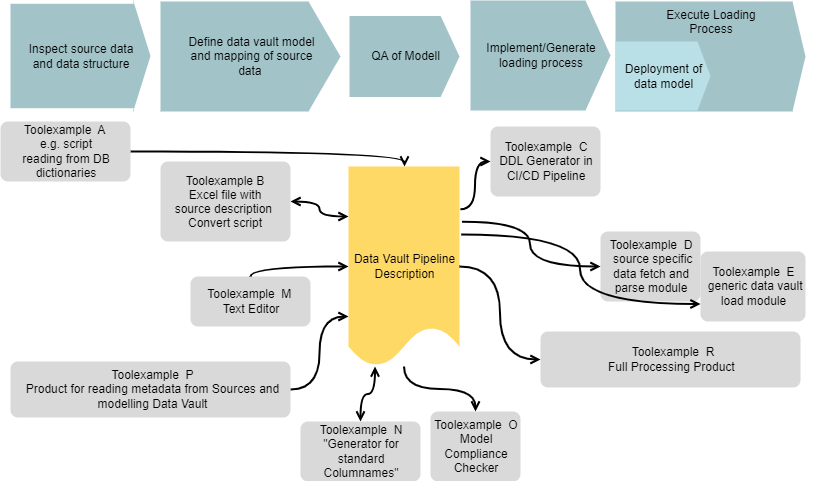
Earlier version of the draw.io export documentation/images/dvpd_basic_idea.drawio.png (cimt-ag/data_vault_pipelinedescription). Source tidied: cells renumbered, new cells last; positions are measured from the earlier drawing's top-left corner, leaving out a move shared by most shapes.
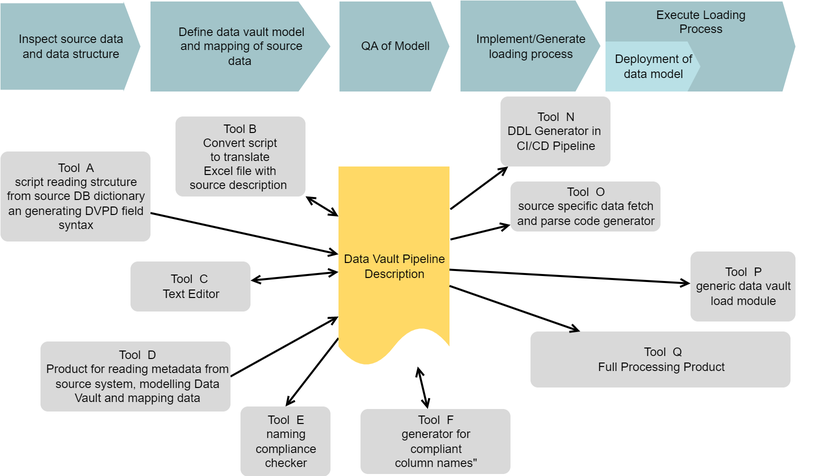
The same diagram one commit later.

Commit message:
Update of basic idea diagram

What changed in the source:
```diff
@@ -3,88 +3,84 @@
     <mxCell id="0" />
     <mxCell id="1" value="Layer 0" parent="0" />
     <mxCell id="2" value="&lt;div style=&quot;width: 121.8px;height:auto;word-break: break-word;&quot;&gt;&lt;div align=&quot;center&quot;&gt;&lt;font face=&quot;Arial&quot;&gt;Execute Loading Process&lt;/font&gt;&lt;/div&gt;&lt;/div&gt;" style="shape=mxgraph.arrows2.arrow;dy=0;dx=13;notch=0;shadow=0;strokeWidth=0;strokeColor=none;fillColor=#a2c4c9;opacity=100.0;html=1;nl2Br=0;verticalAlign=top;align=center;spacingLeft=2.6;spacingRight=0;whiteSpace=wrap;gliffyId=6;" parent="1" vertex="1">
-      <mxGeometry x="615" y="1" width="190" height="110" as="geometry" />
+      <mxGeometry x="615" y="1" width="190" height="90" as="geometry" />
     </mxCell>
-    <mxCell id="3" style="edgeStyle=orthogonalEdgeStyle;shape=filledEdge;curved=1;rounded=0;jettySize=auto;html=1;entryX=0.5;entryY=0;entryDx=0;entryDy=0;labelBackgroundColor=default;strokeColor=#000000;strokeWidth=2;fontFamily=Helvetica;fontSize=11;fontColor=default;startArrow=none;startFill=0;endArrow=open;endFill=0;startSize=6;endSize=6;fillColor=none;" parent="1" edge="1" source="4" target="25">
+    <mxCell id="3" style="shape=filledEdge;rounded=0;jettySize=auto;html=1;entryX=0.5;entryY=0;entryDx=0;entryDy=0;labelBackgroundColor=default;strokeColor=#000000;strokeWidth=2;fontFamily=Helvetica;fontSize=11;fontColor=default;startArrow=none;startFill=0;endArrow=open;endFill=0;startSize=6;endSize=6;fillColor=none;" parent="1" edge="1" source="4" target="25">
       <mxGeometry relative="1" as="geometry" />
     </mxCell>
     <mxCell id="4" value="Data Vault&#10;Pipeline Description" style="shape=document;size=0.2;shadow=0;strokeWidth=0;strokeColor=none;fillColor=#ffd966;opacity=100.0;nl2Br=0;verticalAlign=middle;align=center;spacingLeft=2.6;spacingRight=0;whiteSpace=wrap;gliffyId=0;" parent="1" vertex="1">
       <mxGeometry x="348" y="166" width="111" height="200" as="geometry" />
     </mxCell>
     <mxCell id="5" value="&lt;div style=&quot;width: 141.0px;height:auto;word-break: break-word;&quot;&gt;&lt;div align=&quot;center&quot;&gt;&lt;font face=&quot;Arial&quot;&gt;Define data vault model and mapping of source data&amp;nbsp;&lt;/font&gt;&lt;/div&gt;&lt;/div&gt;" style="shape=mxgraph.arrows2.arrow;dy=0;dx=32;notch=0;shadow=0;strokeWidth=0;strokeColor=none;fillColor=#a2c4c9;opacity=100.0;html=1;nl2Br=0;verticalAlign=middle;align=center;spacingLeft=3.0;spacingRight=0;whiteSpace=wrap;gliffyId=2;" parent="1" vertex="1">
-      <mxGeometry x="160" y="1" width="180" height="110" as="geometry" />
+      <mxGeometry x="160" y="1" width="180" height="90" as="geometry" />
     </mxCell>
     <mxCell id="6" value="&lt;div style=&quot;width: 121.8px;height:auto;word-break: break-word;&quot;&gt;&lt;div align=&quot;center&quot;&gt;Inspect source data and data structure&lt;/div&gt;&lt;/div&gt;" style="shape=mxgraph.arrows2.arrow;dy=0.04;dx=17;notch=0;shadow=0;strokeWidth=0;strokeColor=none;fillColor=#a2c4c9;opacity=100.0;html=1;nl2Br=0;verticalAlign=middle;align=center;spacingLeft=2.6;spacingRight=0;whiteSpace=wrap;gliffyId=4;" parent="1" vertex="1">
-      <mxGeometry x="10" y="1" width="140" height="109" as="geometry" />
+      <mxGeometry x="10" y="1" width="140" height="90" as="geometry" />
     </mxCell>
     <mxCell id="7" value="Deployment of data model" style="shape=mxgraph.arrows2.arrow;dy=0;dx=13;notch=0;shadow=0;strokeWidth=0;strokeColor=none;fillColor=#B9E0E6;opacity=100.0;nl2Br=0;verticalAlign=middle;align=center;spacingLeft=2.6;spacingRight=0;whiteSpace=wrap;gliffyId=6;" parent="1" vertex="1">
-      <mxGeometry x="615" y="41" width="95" height="69" as="geometry" />
+      <mxGeometry x="615" y="41" width="95" height="50" as="geometry" />
     </mxCell>
     <mxCell id="8" value="&lt;div style=&quot;width: 131.4px;height:auto;word-break: break-word;&quot;&gt;&lt;div align=&quot;center&quot;&gt;&lt;font face=&quot;Arial&quot;&gt;Implement/Generate&lt;/font&gt;&lt;/div&gt;&lt;div align=&quot;center&quot;&gt;&lt;font face=&quot;Arial&quot;&gt;loading process&lt;/font&gt;&lt;/div&gt;&lt;/div&gt;" style="shape=mxgraph.arrows2.arrow;dy=0;dx=25;notch=0;shadow=0;strokeWidth=0;strokeColor=none;fillColor=#a2c4c9;opacity=100.0;html=1;nl2Br=0;verticalAlign=middle;align=center;spacingLeft=2.8;spacingRight=0;whiteSpace=wrap;gliffyId=8;" parent="1" vertex="1">
-      <mxGeometry x="470" width="140" height="110" as="geometry" />
+      <mxGeometry x="470" width="140" height="91" as="geometry" />
     </mxCell>
-    <mxCell id="9" style="shape=filledEdge;strokeWidth=2;strokeColor=#000000;fillColor=none;startArrow=none;startFill=0;startSize=6;endArrow=open;endFill=0;endSize=6;rounded=0;curved=1;edgeStyle=orthogonalEdgeStyle;gliffyId=20;edgeStyle=orthogonalEdgeStyle;" parent="1" edge="1" source="15" target="4">
-      <mxGeometry relative="1" as="geometry">
-        <Array as="points">
-          <mxPoint x="404" y="151" />
-        </Array>
-      </mxGeometry>
+    <mxCell id="9" style="shape=filledEdge;strokeWidth=2;strokeColor=#000000;fillColor=none;startArrow=none;startFill=0;startSize=6;endArrow=open;endFill=0;endSize=6;rounded=0;gliffyId=20;" parent="1" edge="1" source="15" target="4">
+      <mxGeometry relative="1" as="geometry" />
     </mxCell>
-    <mxCell id="10" style="shape=filledEdge;strokeWidth=2;strokeColor=#000000;fillColor=none;startArrow=open;startFill=0;startSize=6;endArrow=open;endFill=0;endSize=6;edgeStyle=orthogonalEdgeStyle;gliffyId=23;edgeStyle=orthogonalEdgeStyle;entryX=0;entryY=0.25;entryDx=0;entryDy=0;curved=1;" parent="1" edge="1" source="14" target="4">
+    <mxCell id="10" style="shape=filledEdge;strokeWidth=2;strokeColor=#000000;fillColor=none;startArrow=open;startFill=0;startSize=6;endArrow=open;endFill=0;endSize=6;gliffyId=23;entryX=0;entryY=0.25;entryDx=0;entryDy=0;" parent="1" edge="1" source="14" target="4">
       <mxGeometry relative="1" as="geometry" />
     </mxCell>
-    <mxCell id="11" style="shape=filledEdge;strokeWidth=2;strokeColor=#000000;fillColor=none;startArrow=none;startFill=0;startSize=6;endArrow=open;endFill=0;endSize=6;rounded=0;curved=1;edgeStyle=orthogonalEdgeStyle;gliffyId=24;edgeStyle=orthogonalEdgeStyle;exitX=1;exitY=0.5;exitDx=0;exitDy=0;entryX=0;entryY=0.75;entryDx=0;entryDy=0;" parent="1" edge="1" source="13" target="4">
+    <mxCell id="11" style="shape=filledEdge;strokeWidth=2;strokeColor=#000000;fillColor=none;startArrow=none;startFill=0;startSize=6;endArrow=open;endFill=0;endSize=6;rounded=0;gliffyId=24;exitX=1;exitY=0.5;exitDx=0;exitDy=0;entryX=0;entryY=0.75;entryDx=0;entryDy=0;" parent="1" edge="1" source="13" target="4">
       <mxGeometry relative="1" as="geometry" />
     </mxCell>
-    <mxCell id="12" value="&lt;div style=&quot;width: 304.2px;height:auto;word-break: break-word;&quot;&gt;&lt;div align=&quot;center&quot;&gt;&lt;span style=&quot;font-family: Arial; font-size: 12px; text-decoration: none; line-height: 14px;&quot;&gt;Toolexample&amp;nbsp;&lt;span style=&quot;background-color: initial;&quot;&gt;&amp;nbsp;&lt;/span&gt;R&lt;/span&gt;&lt;/div&gt;&lt;div align=&quot;center&quot;&gt;&lt;font face=&quot;Arial&quot;&gt;Full Processing Product&amp;nbsp;&lt;/font&gt;&lt;/div&gt;&lt;/div&gt;" style="shape=rect;rounded=1;arcSize=15;absoluteArcSize=1;shadow=0;strokeWidth=0;strokeColor=none;fillColor=#d9d9d9;opacity=100.0;html=1;nl2Br=0;verticalAlign=middle;align=center;spacingLeft=6.4;spacingRight=0;whiteSpace=wrap;gliffyId=14;" parent="1" vertex="1">
+    <mxCell id="12" value="&lt;div style=&quot;width: 304.2px;height:auto;word-break: break-word;&quot;&gt;&lt;div align=&quot;center&quot;&gt;&lt;span style=&quot;font-family: Arial; font-size: 12px; text-decoration: none; line-height: 14px;&quot;&gt;Tool&amp;nbsp;&lt;span style=&quot;background-color: initial;&quot;&gt;&amp;nbsp;&lt;/span&gt;Q&lt;/span&gt;&lt;/div&gt;&lt;div align=&quot;center&quot;&gt;&lt;font face=&quot;Arial&quot;&gt;Full Processing Product&amp;nbsp;&lt;/font&gt;&lt;/div&gt;&lt;/div&gt;" style="shape=rect;rounded=1;arcSize=15;absoluteArcSize=1;shadow=0;strokeWidth=0;strokeColor=none;fillColor=#d9d9d9;opacity=100.0;html=1;nl2Br=0;verticalAlign=middle;align=center;spacingLeft=6.4;spacingRight=0;whiteSpace=wrap;gliffyId=14;" parent="1" vertex="1">
       <mxGeometry x="540" y="331" width="260" height="56" as="geometry" />
     </mxCell>
-    <mxCell id="13" value="&lt;div style=&quot;width: 265.8px;height:auto;word-break: break-word;&quot;&gt;&lt;div align=&quot;center&quot;&gt;&lt;span style=&quot;font-family: Arial; font-size: 12px; text-decoration: none; line-height: 0;&quot;&gt;&lt;span style=&quot;text-decoration: none; line-height: 14px;&quot;&gt;Toolexample&amp;nbsp;&lt;span style=&quot;background-color: initial;&quot;&gt;&amp;nbsp;&lt;/span&gt;P&lt;br&gt;Product for reading metadata from Sources and modelling Data Vault&lt;/span&gt;&lt;/span&gt;&lt;/div&gt;&lt;/div&gt;" style="shape=rect;rounded=1;arcSize=15;absoluteArcSize=1;shadow=0;strokeWidth=0;strokeColor=none;fillColor=#d9d9d9;opacity=100.0;html=1;nl2Br=0;verticalAlign=middle;align=center;spacingLeft=5.6;spacingRight=0;whiteSpace=wrap;gliffyId=18;" parent="1" vertex="1">
-      <mxGeometry x="10" y="361" width="280" height="56" as="geometry" />
+    <mxCell id="13" value="Tool&amp;nbsp;&amp;nbsp;D&lt;br&gt;Product for reading metadata from source system, modelling Data Vault and mapping data" style="shape=rect;rounded=1;arcSize=15;absoluteArcSize=1;shadow=0;strokeWidth=0;strokeColor=none;fillColor=#d9d9d9;opacity=100.0;nl2Br=0;verticalAlign=middle;align=center;spacingLeft=5.6;spacingRight=0;whiteSpace=wrap;gliffyId=18;html=1;" parent="1" vertex="1">
+      <mxGeometry x="50" y="341" width="190" height="70" as="geometry" />
     </mxCell>
-    <mxCell id="14" value="Toolexample B&#10;Excel file with &#10;source description &#10;Convert script" style="shape=rect;rounded=1;arcSize=15;absoluteArcSize=1;shadow=0;strokeWidth=0;strokeColor=none;fillColor=#d9d9d9;opacity=100.0;nl2Br=0;verticalAlign=middle;align=center;spacingLeft=0;spacingRight=0;gliffyId=12;spacing=0;" parent="1" vertex="1">
-      <mxGeometry x="160" y="161" width="130" height="80" as="geometry" />
+    <mxCell id="14" value="Tool B&#10;Convert script&#10;to translate&#10;Excel file with &#10;source description " style="shape=rect;rounded=1;arcSize=15;absoluteArcSize=1;shadow=0;strokeWidth=0;strokeColor=none;fillColor=#d9d9d9;opacity=100.0;nl2Br=0;verticalAlign=middle;align=center;spacingLeft=0;spacingRight=0;gliffyId=12;spacing=0;" parent="1" vertex="1">
+      <mxGeometry x="185" y="116" width="130" height="80" as="geometry" />
     </mxCell>
-    <mxCell id="15" value="&lt;div style=&quot;width: 93.0px;height:auto;word-break: break-word;&quot;&gt;&lt;div align=&quot;center&quot;&gt;&lt;span style=&quot;font-family: Arial; font-size: 12px; text-decoration: none; line-height: 0;&quot;&gt;&lt;span style=&quot;text-decoration: none; line-height: 14px;&quot; class=&quot;&quot;&gt;Toolexample&amp;nbsp; A&amp;nbsp;&lt;/span&gt;&lt;/span&gt;&lt;/div&gt;&lt;div align=&quot;center&quot;&gt;&lt;span style=&quot;font-family: Arial; font-size: 12px; text-decoration: none; line-height: 0;&quot;&gt;&lt;span style=&quot;text-decoration: none; line-height: 14px;&quot; class=&quot;&quot;&gt;e.g. script reading from DB dictionaries&lt;/span&gt;&lt;/span&gt;&lt;/div&gt;&lt;/div&gt;" style="shape=rect;rounded=1;arcSize=15;absoluteArcSize=1;shadow=0;strokeWidth=0;strokeColor=none;fillColor=#d9d9d9;opacity=100.0;html=1;nl2Br=0;verticalAlign=middle;align=center;spacingLeft=2.0;spacingRight=0;whiteSpace=wrap;gliffyId=10;" parent="1" vertex="1">
-      <mxGeometry y="121" width="130" height="60" as="geometry" />
+    <mxCell id="15" value="Tool&amp;nbsp; A&lt;br&gt;script reading strcuture from source DB dictionary an generating DVPD field syntax" style="shape=rect;rounded=1;arcSize=15;absoluteArcSize=1;shadow=0;strokeWidth=0;strokeColor=none;fillColor=#d9d9d9;opacity=100.0;nl2Br=0;verticalAlign=middle;align=center;spacingLeft=2.0;spacingRight=0;gliffyId=10;whiteSpace=wrap;html=1;" parent="1" vertex="1">
+      <mxGeometry x="10" y="151" width="150" height="90" as="geometry" />
     </mxCell>
-    <mxCell id="16" style="shape=filledEdge;strokeWidth=2;strokeColor=#000000;fillColor=none;startArrow=none;startFill=0;startSize=6;endArrow=open;endFill=0;endSize=6;rounded=0;curved=1;edgeStyle=orthogonalEdgeStyle;gliffyId=28;edgeStyle=orthogonalEdgeStyle;exitX=1.008;exitY=0.214;exitDx=0;exitDy=0;exitPerimeter=0;entryX=0;entryY=0.5;entryDx=0;entryDy=0;" parent="1" edge="1" source="4" target="17">
+    <mxCell id="16" style="shape=filledEdge;strokeWidth=2;strokeColor=#000000;fillColor=none;startArrow=none;startFill=0;startSize=6;endArrow=open;endFill=0;endSize=6;rounded=0;gliffyId=28;exitX=1.008;exitY=0.214;exitDx=0;exitDy=0;exitPerimeter=0;" parent="1" edge="1" source="4" target="17">
       <mxGeometry relative="1" as="geometry" />
     </mxCell>
-    <mxCell id="17" value="Toolexample  C&#10; DDL Generator in  CI/CD Pipeline" style="shape=rect;rounded=1;arcSize=15;absoluteArcSize=1;shadow=0;strokeWidth=0;strokeColor=none;fillColor=#d9d9d9;opacity=100.0;nl2Br=0;verticalAlign=middle;align=center;spacingLeft=2.0;spacingRight=0;whiteSpace=wrap;gliffyId=12;" parent="1" vertex="1">
-      <mxGeometry x="490" y="126" width="110" height="70" as="geometry" />
+    <mxCell id="17" value="Tool&amp;nbsp;&amp;nbsp;N&lt;br&gt;DDL Generator in&amp;nbsp; CI/CD Pipeline" style="shape=rect;rounded=1;arcSize=15;absoluteArcSize=1;shadow=0;strokeWidth=0;strokeColor=none;fillColor=#d9d9d9;opacity=100.0;nl2Br=0;verticalAlign=middle;align=center;spacingLeft=2.0;spacingRight=0;whiteSpace=wrap;gliffyId=12;html=1;" parent="1" vertex="1">
+      <mxGeometry x="510" y="96" width="110" height="70" as="geometry" />
     </mxCell>
-    <mxCell id="18" value="Toolexample  D&#10; source specific data fetch and parse module" style="shape=rect;rounded=1;arcSize=15;absoluteArcSize=1;shadow=0;strokeWidth=0;strokeColor=none;fillColor=#d9d9d9;opacity=100.0;nl2Br=0;verticalAlign=middle;align=center;spacingLeft=2.0;spacingRight=0;gliffyId=12;whiteSpace=wrap;" parent="1" vertex="1">
-      <mxGeometry x="600" y="231" width="100" height="70" as="geometry" />
+    <mxCell id="18" value="Tool&amp;nbsp;&amp;nbsp;O&lt;br&gt;source specific data fetch and parse code generator" style="shape=rect;rounded=1;arcSize=15;absoluteArcSize=1;shadow=0;strokeWidth=0;strokeColor=none;fillColor=#d9d9d9;opacity=100.0;nl2Br=0;verticalAlign=middle;align=center;spacingLeft=2.0;spacingRight=0;gliffyId=12;whiteSpace=wrap;html=1;" parent="1" vertex="1">
+      <mxGeometry x="520" y="181" width="150" height="50" as="geometry" />
     </mxCell>
-    <mxCell id="19" value="Toolexample  E&#10; generic data vault load module" style="shape=rect;rounded=1;arcSize=15;absoluteArcSize=1;shadow=0;strokeWidth=0;strokeColor=none;fillColor=#d9d9d9;opacity=100.0;nl2Br=0;verticalAlign=middle;align=center;spacingLeft=2.0;spacingRight=0;gliffyId=12;whiteSpace=wrap;" parent="1" vertex="1">
+    <mxCell id="19" value="Tool&amp;nbsp;&amp;nbsp;P&lt;br&gt;generic data vault load module" style="shape=rect;rounded=1;arcSize=15;absoluteArcSize=1;shadow=0;strokeWidth=0;strokeColor=none;fillColor=#d9d9d9;opacity=100.0;nl2Br=0;verticalAlign=middle;align=center;spacingLeft=2.0;spacingRight=0;gliffyId=12;whiteSpace=wrap;html=1;" parent="1" vertex="1">
       <mxGeometry x="700" y="251" width="105" height="70" as="geometry" />
     </mxCell>
-    <mxCell id="20" style="shape=filledEdge;strokeWidth=2;strokeColor=#000000;fillColor=none;startArrow=none;startFill=0;startSize=6;endArrow=open;endFill=0;endSize=6;rounded=0;curved=1;edgeStyle=orthogonalEdgeStyle;gliffyId=28;edgeStyle=orthogonalEdgeStyle;exitX=1.023;exitY=0.276;exitDx=0;exitDy=0;exitPerimeter=0;" parent="1" edge="1" source="4" target="18">
+    <mxCell id="20" style="shape=filledEdge;strokeWidth=2;strokeColor=#000000;fillColor=none;startArrow=none;startFill=0;startSize=6;endArrow=open;endFill=0;endSize=6;rounded=0;gliffyId=28;exitX=1.009;exitY=0.365;exitDx=0;exitDy=0;exitPerimeter=0;" parent="1" edge="1" source="4" target="18">
       <mxGeometry relative="1" as="geometry" />
     </mxCell>
-    <mxCell id="21" style="shape=filledEdge;strokeWidth=2;strokeColor=#000000;fillColor=none;startArrow=none;startFill=0;startSize=6;endArrow=open;endFill=0;endSize=6;rounded=0;curved=1;edgeStyle=orthogonalEdgeStyle;gliffyId=28;edgeStyle=orthogonalEdgeStyle;exitX=1.015;exitY=0.34;exitDx=0;exitDy=0;exitPerimeter=0;entryX=0;entryY=0.75;entryDx=0;entryDy=0;" parent="1" edge="1" source="4" target="19">
+    <mxCell id="21" style="shape=filledEdge;strokeWidth=2;strokeColor=#000000;fillColor=none;startArrow=none;startFill=0;startSize=6;endArrow=open;endFill=0;endSize=6;rounded=0;gliffyId=28;" parent="1" edge="1" source="4" target="19">
       <mxGeometry relative="1" as="geometry" />
     </mxCell>
     <mxCell id="22" value="&lt;div style=&quot;width: 141.0px;height:auto;word-break: break-word;&quot;&gt;&lt;div align=&quot;center&quot;&gt;&lt;font face=&quot;Arial&quot;&gt;QA of Modell&lt;/font&gt;&lt;/div&gt;&lt;/div&gt;" style="shape=mxgraph.arrows2.arrow;dy=0;dx=18.83;notch=0;shadow=0;strokeWidth=0;strokeColor=none;fillColor=#a2c4c9;opacity=100.0;html=1;nl2Br=0;verticalAlign=middle;align=center;spacingLeft=3.0;spacingRight=0;whiteSpace=wrap;gliffyId=2;" parent="1" vertex="1">
-      <mxGeometry x="349" y="15.5" width="110" height="81" as="geometry" />
+      <mxGeometry x="349" y="1" width="110" height="90" as="geometry" />
     </mxCell>
-    <mxCell id="23" value="&lt;div style=&quot;width: 93.0px;height:auto;word-break: break-word;&quot;&gt;&lt;div align=&quot;center&quot;&gt;Toolexample&amp;nbsp;&lt;span style=&quot;font-family: Arial; background-color: initial;&quot;&gt;&amp;nbsp;M&amp;nbsp;&lt;/span&gt;&lt;/div&gt;&lt;div align=&quot;center&quot;&gt;&lt;font face=&quot;Arial&quot;&gt;Text Editor&lt;/font&gt;&lt;/div&gt;&lt;/div&gt;" style="shape=rect;rounded=1;arcSize=15;absoluteArcSize=1;shadow=0;strokeWidth=0;strokeColor=none;fillColor=#d9d9d9;opacity=100.0;html=1;nl2Br=0;verticalAlign=middle;align=center;spacingLeft=2.0;spacingRight=0;whiteSpace=wrap;gliffyId=12;" parent="1" vertex="1">
-      <mxGeometry x="190" y="276" width="120" height="50" as="geometry" />
+    <mxCell id="23" value="&lt;div style=&quot;width: 93.0px;height:auto;word-break: break-word;&quot;&gt;&lt;div align=&quot;center&quot;&gt;Tool&amp;nbsp;&lt;span style=&quot;font-family: Arial; background-color: initial;&quot;&gt;&amp;nbsp;C&amp;nbsp;&lt;/span&gt;&lt;/div&gt;&lt;div align=&quot;center&quot;&gt;&lt;font face=&quot;Arial&quot;&gt;Text Editor&lt;/font&gt;&lt;/div&gt;&lt;/div&gt;" style="shape=rect;rounded=1;arcSize=15;absoluteArcSize=1;shadow=0;strokeWidth=0;strokeColor=none;fillColor=#d9d9d9;opacity=100.0;html=1;nl2Br=0;verticalAlign=middle;align=center;spacingLeft=2.0;spacingRight=0;whiteSpace=wrap;gliffyId=12;" parent="1" vertex="1">
+      <mxGeometry x="140" y="261" width="120" height="50" as="geometry" />
     </mxCell>
-    <mxCell id="24" style="shape=filledEdge;strokeWidth=2;strokeColor=#000000;fillColor=none;startArrow=none;startFill=0;startSize=6;endArrow=open;endFill=0;endSize=6;edgeStyle=orthogonalEdgeStyle;gliffyId=23;edgeStyle=orthogonalEdgeStyle;curved=1;exitX=0.5;exitY=0;exitDx=0;exitDy=0;" parent="1" edge="1" source="23" target="4">
+    <mxCell id="24" style="shape=filledEdge;strokeWidth=2;strokeColor=#000000;fillColor=none;startArrow=open;startFill=0;startSize=6;endArrow=open;endFill=0;endSize=6;gliffyId=23;" parent="1" edge="1" source="23" target="4">
       <mxGeometry relative="1" as="geometry" />
     </mxCell>
-    <mxCell id="25" value="Toolexample  O&#10;Model Compliance Checker" style="shape=rect;rounded=1;arcSize=15;absoluteArcSize=1;shadow=0;strokeWidth=0;strokeColor=none;fillColor=#d9d9d9;opacity=100.0;nl2Br=0;verticalAlign=middle;align=center;spacingLeft=2.0;spacingRight=0;whiteSpace=wrap;gliffyId=12;" parent="1" vertex="1">
-      <mxGeometry x="430" y="411" width="90" height="70" as="geometry" />
+    <mxCell id="25" value="Tool&amp;nbsp;&amp;nbsp;E&lt;br&gt;naming&lt;br&gt;compliance checker" style="shape=rect;rounded=1;arcSize=15;absoluteArcSize=1;shadow=0;strokeWidth=0;strokeColor=none;fillColor=#d9d9d9;opacity=100.0;nl2Br=0;verticalAlign=middle;align=center;spacingLeft=2.0;spacingRight=0;whiteSpace=wrap;gliffyId=12;html=1;" parent="1" vertex="1">
+      <mxGeometry x="250" y="406" width="90" height="70" as="geometry" />
     </mxCell>
-    <mxCell id="26" style="shape=filledEdge;strokeWidth=2;strokeColor=#000000;fillColor=none;startArrow=none;startFill=0;startSize=6;endArrow=open;endFill=0;endSize=6;rounded=0;curved=1;edgeStyle=orthogonalEdgeStyle;gliffyId=28;edgeStyle=orthogonalEdgeStyle;" parent="1" edge="1" source="4" target="12">
+    <mxCell id="26" style="shape=filledEdge;strokeWidth=2;strokeColor=#000000;fillColor=none;startArrow=none;startFill=0;startSize=6;endArrow=open;endFill=0;endSize=6;rounded=0;gliffyId=28;" parent="1" edge="1" source="4" target="12">
       <mxGeometry relative="1" as="geometry" />
     </mxCell>
-    <mxCell id="27" value="&lt;div style=&quot;width: 93.0px;height:auto;word-break: break-word;&quot;&gt;&lt;div align=&quot;center&quot;&gt;Toolexample&amp;nbsp;&lt;span style=&quot;font-family: Arial; background-color: initial;&quot;&gt;&amp;nbsp;&lt;/span&gt;&lt;font face=&quot;Arial&quot;&gt;N&lt;/font&gt;&lt;/div&gt;&lt;div align=&quot;center&quot;&gt;&lt;font face=&quot;Arial&quot;&gt;&quot;Generator for standard Columnames&quot;&lt;/font&gt;&lt;/div&gt;&lt;/div&gt;" style="shape=rect;rounded=1;arcSize=15;absoluteArcSize=1;shadow=0;strokeWidth=0;strokeColor=none;fillColor=#d9d9d9;opacity=100.0;html=1;nl2Br=0;verticalAlign=middle;align=center;spacingLeft=2.0;spacingRight=0;whiteSpace=wrap;gliffyId=12;" parent="1" vertex="1">
-      <mxGeometry x="300" y="421" width="120" height="60" as="geometry" />
+    <mxCell id="27" value="&lt;div style=&quot;width: 93.0px;height:auto;word-break: break-word;&quot;&gt;&lt;div align=&quot;center&quot;&gt;Tool&amp;nbsp;&lt;span style=&quot;font-family: Arial; background-color: initial;&quot;&gt;&amp;nbsp;&lt;/span&gt;&lt;font face=&quot;Arial&quot;&gt;F&lt;/font&gt;&lt;/div&gt;&lt;div align=&quot;center&quot;&gt;&lt;font face=&quot;Arial&quot;&gt;generator for compliant column names&quot;&lt;/font&gt;&lt;/div&gt;&lt;/div&gt;" style="shape=rect;rounded=1;arcSize=15;absoluteArcSize=1;shadow=0;strokeWidth=0;strokeColor=none;fillColor=#d9d9d9;opacity=100.0;html=1;nl2Br=0;verticalAlign=middle;align=center;spacingLeft=2.0;spacingRight=0;whiteSpace=wrap;gliffyId=12;" parent="1" vertex="1">
+      <mxGeometry x="370" y="408.5" width="150" height="65" as="geometry" />
     </mxCell>
-    <mxCell id="28" style="edgeStyle=orthogonalEdgeStyle;shape=filledEdge;curved=1;rounded=0;jettySize=auto;html=1;labelBackgroundColor=default;strokeColor=#000000;strokeWidth=2;fontFamily=Helvetica;fontSize=11;fontColor=default;startArrow=open;startFill=0;endArrow=open;endFill=0;startSize=6;endSize=6;fillColor=none;exitX=0.239;exitY=1;exitDx=0;exitDy=0;exitPerimeter=0;" parent="1" edge="1" source="4" target="27">
+    <mxCell id="28" style="shape=filledEdge;rounded=0;jettySize=auto;html=1;labelBackgroundColor=default;strokeColor=#000000;strokeWidth=2;fontFamily=Helvetica;fontSize=11;fontColor=default;startArrow=open;startFill=0;endArrow=open;endFill=0;startSize=6;endSize=6;fillColor=none;" parent="1" edge="1" source="4" target="27">
       <mxGeometry relative="1" as="geometry" />
     </mxCell>
   </root>
```
